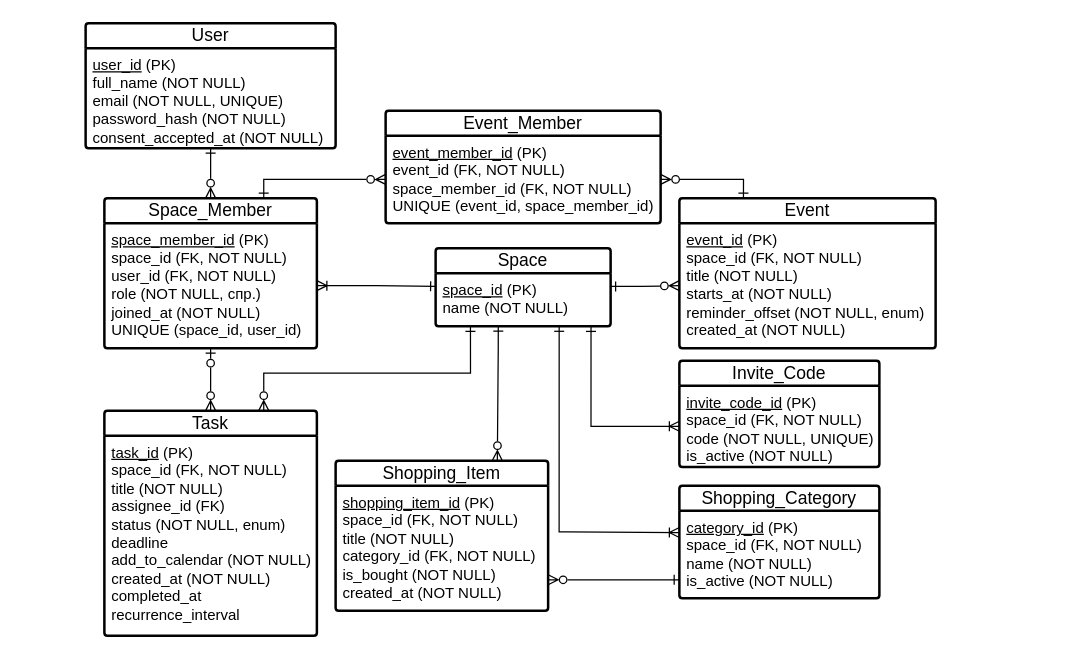
The draw.io diagram dochousehold/docs/erd/logic.drawio in polyau/household, before the edit. Source tidied: cells renumbered, new cells numbered last; positions are measured from the earlier drawing's top-left corner, leaving out a move shared by most shapes. Both pictures are drawn from the tidied source at 125%, with x=0, y=0 at pixel (85, 22).
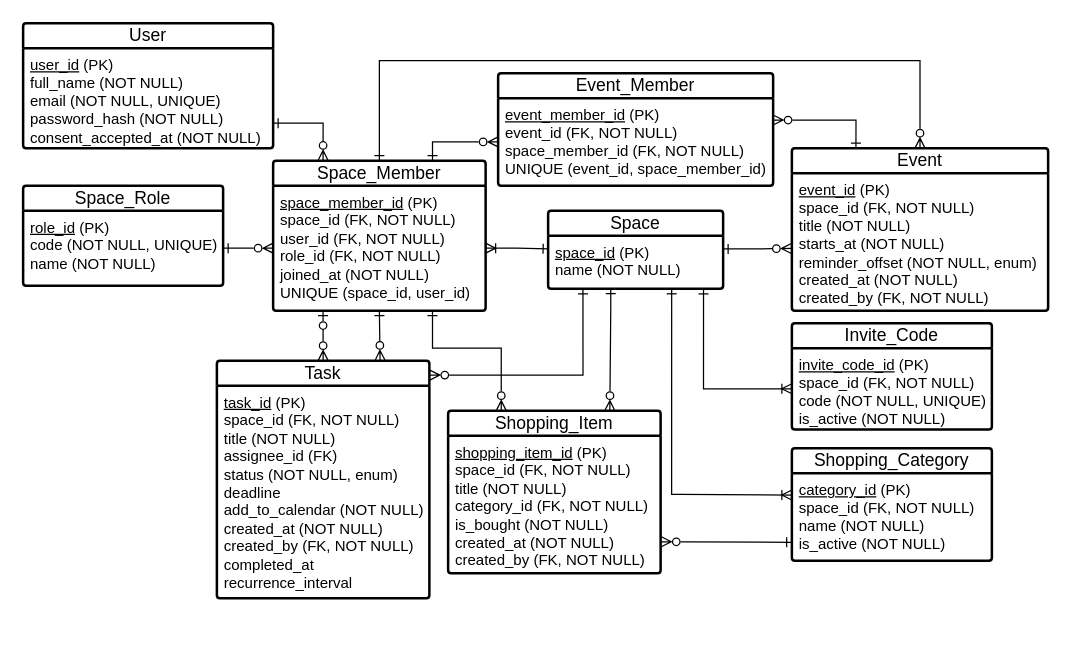
The same page after the edit.

The change refers to these unchanged cells:
```xml
<mxCell id="10" value="&lt;u&gt;space_id&lt;/u&gt; (PK)&lt;br&gt;name (NOT NULL)" style="align=left;strokeColor=none;fillColor=none;spacingLeft=4;spacingRight=4;fontSize=12;verticalAlign=top;html=1;whiteSpace=wrap;" parent="9" vertex="1">
  <mxGeometry y="20" width="140" height="42.5" as="geometry" />
</mxCell>
<mxCell id="12" value="&lt;div&gt;&lt;u&gt;user_id&lt;/u&gt; (PK)&lt;/div&gt;&lt;div&gt;full_name (NOT NULL)&lt;/div&gt;&lt;div&gt;email (NOT NULL, UNIQUE)&lt;/div&gt;&lt;div&gt;password_hash (NOT NULL)&lt;/div&gt;&lt;div&gt;consent_accepted_at&amp;nbsp;&lt;span style=&quot;background-color: transparent; color: light-dark(rgb(0, 0, 0), rgb(255, 255, 255));&quot;&gt;(NOT NULL)&lt;/span&gt;&lt;/div&gt;" style="align=left;strokeColor=none;fillColor=none;spacingLeft=4;spacingRight=4;fontSize=12;verticalAlign=top;html=1;whiteSpace=wrap;" parent="11" vertex="1">
  <mxGeometry y="20" width="200" height="80" as="geometry" />
</mxCell>
<mxCell id="19" value="&lt;div&gt;&lt;u&gt;event_member_id&lt;/u&gt; (PK)&lt;/div&gt;&lt;div&gt;event_id (FK, NOT NULL)&lt;/div&gt;&lt;div&gt;space_member_id (FK, NOT NULL)&lt;/div&gt;&lt;div&gt;UNIQUE (event_id, space_member_id)&lt;/div&gt;" style="align=left;strokeColor=none;fillColor=none;spacingLeft=4;spacingRight=4;fontSize=12;verticalAlign=top;html=1;whiteSpace=wrap;" parent="18" vertex="1">
  <mxGeometry y="20" width="220" height="70" as="geometry" />
</mxCell>
<mxCell id="28" value="&lt;u&gt;category_id&lt;/u&gt; (PK)&lt;br&gt;space_id (FK, NOT NULL)&lt;br&gt;name (NOT NULL)&lt;br&gt;is_active&amp;nbsp;(NOT NULL)" style="align=left;strokeColor=none;fillColor=none;spacingLeft=4;spacingRight=4;fontSize=12;verticalAlign=top;html=1;whiteSpace=wrap;" parent="27" vertex="1">
  <mxGeometry y="20" width="160" height="70" as="geometry" />
</mxCell>
```

The edit, as a diff of the source:
```diff
@@
     <mxCell id="2" value="Shopping_Item" style="swimlane;horizontal=1;startSize=20;rounded=1;fontSize=14;fontStyle=0;strokeWidth=2;shadow=0;dashed=0;align=center;arcSize=4;whiteSpace=wrap;html=1;" parent="1" vertex="1">
-      <mxGeometry x="200" y="350" width="170" height="120" as="geometry" />
+      <mxGeometry x="290" y="310" width="170" height="130" as="geometry" />
     </mxCell>
-    <mxCell id="3" value="&lt;div&gt;&lt;u&gt;shopping_item_id&lt;/u&gt; (PK)&lt;/div&gt;&lt;div&gt;space_id (FK, NOT NULL)&lt;/div&gt;&lt;div&gt;title (NOT NULL)&lt;/div&gt;&lt;div&gt;category_id (FK, NOT NULL)&lt;/div&gt;&lt;div&gt;&lt;span style=&quot;background-color: transparent; color: light-dark(rgb(0, 0, 0), rgb(255, 255, 255));&quot;&gt;is_bought&lt;/span&gt;&amp;nbsp;(NOT NULL)&lt;/div&gt;&lt;div&gt;created_at (NOT NULL)&lt;/div&gt;" style="align=left;strokeColor=none;fillColor=none;spacingLeft=4;spacingRight=4;fontSize=12;verticalAlign=top;html=1;whiteSpace=wrap;" parent="2" vertex="1">
-      <mxGeometry y="20" width="170" height="100" as="geometry" />
+    <mxCell id="3" value="&lt;div&gt;&lt;u&gt;shopping_item_id&lt;/u&gt; (PK)&lt;/div&gt;&lt;div&gt;space_id (FK, NOT NULL)&lt;/div&gt;&lt;div&gt;title (NOT NULL)&lt;/div&gt;&lt;div&gt;category_id (FK, NOT NULL)&lt;/div&gt;&lt;div&gt;&lt;span style=&quot;background-color: transparent; color: light-dark(rgb(0, 0, 0), rgb(255, 255, 255));&quot;&gt;is_bought&lt;/span&gt;&amp;nbsp;(NOT NULL)&lt;/div&gt;&lt;div&gt;created_at (NOT NULL)&lt;br&gt;created_by&lt;span style=&quot;background-color: transparent; color: light-dark(rgb(0, 0, 0), rgb(255, 255, 255));&quot;&gt;&amp;nbsp;&lt;/span&gt;&lt;span style=&quot;background-color: transparent; color: light-dark(rgb(0, 0, 0), rgb(255, 255, 255));&quot;&gt;(&lt;/span&gt;&lt;span style=&quot;background-color: transparent; color: light-dark(rgb(0, 0, 0), rgb(255, 255, 255));&quot;&gt;FK,&lt;/span&gt;&lt;span style=&quot;background-color: transparent; color: light-dark(rgb(0, 0, 0), rgb(255, 255, 255));&quot;&gt;&amp;nbsp;&lt;/span&gt;&lt;span style=&quot;background-color: transparent; color: light-dark(rgb(0, 0, 0), rgb(255, 255, 255));&quot;&gt;NOT NULL)&lt;/span&gt;&lt;/div&gt;" style="align=left;strokeColor=none;fillColor=none;spacingLeft=4;spacingRight=4;fontSize=12;verticalAlign=top;html=1;whiteSpace=wrap;" parent="2" vertex="1">
+      <mxGeometry y="20" width="170" height="110" as="geometry" />
     </mxCell>
     <mxCell id="4" value="Event" style="swimlane;horizontal=1;startSize=20;rounded=1;fontSize=14;fontStyle=0;strokeWidth=2;shadow=0;dashed=0;align=center;arcSize=4;whiteSpace=wrap;html=1;" parent="1" vertex="1">
-      <mxGeometry x="475" y="140" width="205" height="120" as="geometry" />
+      <mxGeometry x="565" y="100" width="205" height="130" as="geometry" />
     </mxCell>
-    <mxCell id="5" value="&lt;div&gt;&lt;u&gt;event_id&lt;/u&gt; (PK)&lt;/div&gt;&lt;div&gt;space_id (FK, NOT NULL)&lt;/div&gt;&lt;div&gt;title (NOT NULL)&lt;/div&gt;&lt;div&gt;&lt;span style=&quot;background-color: transparent; color: light-dark(rgb(0, 0, 0), rgb(255, 255, 255));&quot;&gt;starts_at&lt;/span&gt;&amp;nbsp;(NOT NULL)&lt;/div&gt;&lt;div&gt;reminder_offset (&lt;span style=&quot;background-color: transparent; color: light-dark(rgb(0, 0, 0), rgb(255, 255, 255));&quot;&gt;NOT NULL,&amp;nbsp;&lt;/span&gt;&lt;span style=&quot;background-color: transparent; color: light-dark(rgb(0, 0, 0), rgb(255, 255, 255));&quot;&gt;enum)&lt;/span&gt;&lt;/div&gt;&lt;div&gt;created_at (NOT NULL)&lt;/div&gt;" style="align=left;strokeColor=none;fillColor=none;spacingLeft=4;spacingRight=4;fontSize=12;verticalAlign=top;html=1;whiteSpace=wrap;" parent="4" vertex="1">
-      <mxGeometry y="20" width="205" height="100" as="geometry" />
+    <mxCell id="5" value="&lt;div&gt;&lt;u&gt;event_id&lt;/u&gt; (PK)&lt;/div&gt;&lt;div&gt;space_id (FK, NOT NULL)&lt;/div&gt;&lt;div&gt;title (NOT NULL)&lt;/div&gt;&lt;div&gt;&lt;span style=&quot;background-color: transparent; color: light-dark(rgb(0, 0, 0), rgb(255, 255, 255));&quot;&gt;starts_at&lt;/span&gt;&amp;nbsp;(NOT NULL)&lt;/div&gt;&lt;div&gt;reminder_offset (&lt;span style=&quot;background-color: transparent; color: light-dark(rgb(0, 0, 0), rgb(255, 255, 255));&quot;&gt;NOT NULL,&amp;nbsp;&lt;/span&gt;&lt;span style=&quot;background-color: transparent; color: light-dark(rgb(0, 0, 0), rgb(255, 255, 255));&quot;&gt;enum)&lt;/span&gt;&lt;/div&gt;&lt;div&gt;created_at (NOT NULL)&lt;br&gt;created_by&lt;span style=&quot;background-color: transparent; color: light-dark(rgb(0, 0, 0), rgb(255, 255, 255));&quot;&gt;&amp;nbsp;&lt;/span&gt;&lt;span style=&quot;background-color: transparent; color: light-dark(rgb(0, 0, 0), rgb(255, 255, 255));&quot;&gt;(&lt;/span&gt;&lt;span style=&quot;background-color: transparent; color: light-dark(rgb(0, 0, 0), rgb(255, 255, 255));&quot;&gt;FK,&lt;/span&gt;&lt;span style=&quot;background-color: transparent; color: light-dark(rgb(0, 0, 0), rgb(255, 255, 255));&quot;&gt;&amp;nbsp;&lt;/span&gt;&lt;span style=&quot;background-color: transparent; color: light-dark(rgb(0, 0, 0), rgb(255, 255, 255));&quot;&gt;NOT NULL)&lt;/span&gt;&lt;/div&gt;" style="align=left;strokeColor=none;fillColor=none;spacingLeft=4;spacingRight=4;fontSize=12;verticalAlign=top;html=1;whiteSpace=wrap;" parent="4" vertex="1">
+      <mxGeometry y="20" width="205" height="110" as="geometry" />
     </mxCell>
     <mxCell id="6" value="Task" style="swimlane;horizontal=1;startSize=20;rounded=1;fontSize=14;fontStyle=0;strokeWidth=2;shadow=0;dashed=0;align=center;arcSize=4;whiteSpace=wrap;html=1;" parent="1" vertex="1">
-      <mxGeometry x="15" y="310" width="170" height="180" as="geometry" />
+      <mxGeometry x="105" y="270" width="170" height="190" as="geometry" />
     </mxCell>
-    <mxCell id="7" value="&lt;div&gt;&lt;u&gt;task_id&lt;/u&gt; (PK)&lt;/div&gt;&lt;div&gt;space_id (FK, NOT NULL)&lt;/div&gt;&lt;div&gt;title (NOT NULL)&lt;/div&gt;&lt;div&gt;&lt;span style=&quot;background-color: transparent; color: light-dark(rgb(0, 0, 0), rgb(255, 255, 255));&quot;&gt;assignee_id (FK)&lt;/span&gt;&lt;/div&gt;&lt;div&gt;status (NOT NULL, enum)&lt;/div&gt;&lt;div&gt;deadline&lt;/div&gt;&lt;div&gt;add_to_calendar (NOT NULL)&lt;/div&gt;&lt;div&gt;created_at (NOT NULL)&lt;/div&gt;&lt;div&gt;completed_at&amp;nbsp;&lt;/div&gt;&lt;div&gt;recurrence_interval&lt;/div&gt;" style="align=left;strokeColor=none;fillColor=none;spacingLeft=4;spacingRight=4;fontSize=12;verticalAlign=top;html=1;whiteSpace=wrap;" parent="6" vertex="1">
-      <mxGeometry y="20" width="170" height="160" as="geometry" />
+    <mxCell id="7" value="&lt;div&gt;&lt;u&gt;task_id&lt;/u&gt; (PK)&lt;/div&gt;&lt;div&gt;space_id (FK, NOT NULL)&lt;/div&gt;&lt;div&gt;title (NOT NULL)&lt;/div&gt;&lt;div&gt;&lt;span style=&quot;background-color: transparent; color: light-dark(rgb(0, 0, 0), rgb(255, 255, 255));&quot;&gt;assignee_id (FK)&lt;/span&gt;&lt;/div&gt;&lt;div&gt;status (NOT NULL, enum)&lt;/div&gt;&lt;div&gt;deadline&lt;/div&gt;&lt;div&gt;add_to_calendar (NOT NULL)&lt;/div&gt;&lt;div&gt;created_at (NOT NULL)&lt;br&gt;created_by&lt;span style=&quot;background-color: transparent; color: light-dark(rgb(0, 0, 0), rgb(255, 255, 255));&quot;&gt;&amp;nbsp;&lt;/span&gt;&lt;span style=&quot;background-color: transparent; color: light-dark(rgb(0, 0, 0), rgb(255, 255, 255));&quot;&gt;(&lt;/span&gt;&lt;span style=&quot;background-color: transparent; color: light-dark(rgb(0, 0, 0), rgb(255, 255, 255));&quot;&gt;FK,&lt;/span&gt;&lt;span style=&quot;background-color: transparent; color: light-dark(rgb(0, 0, 0), rgb(255, 255, 255));&quot;&gt;&amp;nbsp;&lt;/span&gt;&lt;span style=&quot;background-color: transparent; color: light-dark(rgb(0, 0, 0), rgb(255, 255, 255));&quot;&gt;NOT NULL)&lt;/span&gt;&lt;/div&gt;&lt;div&gt;completed_at&amp;nbsp;&lt;/div&gt;&lt;div&gt;recurrence_interval&lt;/div&gt;" style="align=left;strokeColor=none;fillColor=none;spacingLeft=4;spacingRight=4;fontSize=12;verticalAlign=top;html=1;whiteSpace=wrap;" parent="6" vertex="1">
+      <mxGeometry y="20" width="170" height="170" as="geometry" />
     </mxCell>
-    <mxCell id="8" style="edgeStyle=orthogonalEdgeStyle;rounded=0;jettySize=auto;html=1;exitX=1;exitY=0.25;exitDx=0;exitDy=0;startArrow=ERone;startFill=0;endArrow=ERzeroToMany;endFill=0;entryX=0;entryY=0.5;entryDx=0;entryDy=0;" parent="1" edge="1" source="10" target="5">
+    <mxCell id="8" style="edgeStyle=orthogonalEdgeStyle;rounded=0;jettySize=auto;html=1;exitX=1;exitY=0.25;exitDx=0;exitDy=0;startArrow=ERone;startFill=0;endArrow=ERzeroToMany;endFill=0;entryX=-0.002;entryY=0.548;entryDx=0;entryDy=0;entryPerimeter=0;" parent="1" edge="1" source="10" target="5">
       <mxGeometry relative="1" as="geometry">
         <Array as="points">
-          <mxPoint x="445" y="211" />
+          <mxPoint x="535" y="181" />
         </Array>
       </mxGeometry>
     </mxCell>
     <mxCell id="9" value="Space" style="swimlane;horizontal=1;startSize=20;rounded=1;fontSize=14;fontStyle=0;strokeWidth=2;shadow=0;dashed=0;align=center;arcSize=4;whiteSpace=wrap;html=1;" parent="1" vertex="1">
-      <mxGeometry x="280" y="180" width="140" height="62.5" as="geometry" />
+      <mxGeometry x="370" y="150" width="140" height="62.5" as="geometry" />
     </mxCell>
@@
     <mxCell id="11" value="User" style="swimlane;horizontal=1;startSize=20;rounded=1;fontSize=14;fontStyle=0;strokeWidth=2;shadow=0;dashed=0;align=center;arcSize=4;whiteSpace=wrap;html=1;" parent="1" vertex="1">
-      <mxGeometry width="200" height="100" as="geometry" />
+      <mxGeometry x="-50" width="200" height="100" as="geometry" />
     </mxCell>
@@
     <mxCell id="13" style="edgeStyle=orthogonalEdgeStyle;rounded=0;jettySize=auto;html=1;entryX=0;entryY=0.5;entryDx=0;entryDy=0;startArrow=ERone;startFill=0;endArrow=ERzeroToMany;endFill=0;exitX=0.75;exitY=0;exitDx=0;exitDy=0;" parent="1" edge="1" source="14" target="19">
       <mxGeometry relative="1" as="geometry">
         <Array as="points">
-          <mxPoint x="142" y="125" />
+          <mxPoint x="277" y="95" />
         </Array>
       </mxGeometry>
     </mxCell>
     <mxCell id="14" value="Space_Member" style="swimlane;horizontal=1;startSize=20;rounded=1;fontSize=14;fontStyle=0;strokeWidth=2;shadow=0;dashed=0;align=center;arcSize=4;whiteSpace=wrap;html=1;" parent="1" vertex="1">
-      <mxGeometry x="15" y="140" width="170" height="120" as="geometry" />
+      <mxGeometry x="150" y="110" width="170" height="120" as="geometry" />
     </mxCell>
-    <mxCell id="15" value="&lt;u&gt;space_member_id&lt;/u&gt; (PK)&lt;br&gt;space_id (FK, NOT NULL)&lt;br&gt;user_id (FK, NOT NULL)&lt;br&gt;role (NOT NULL, спр.)&lt;br&gt;joined_at (NOT NULL)&lt;br&gt;&lt;span class=&quot;ͼn&quot;&gt;UNIQUE&lt;/span&gt; (space_id, user_id)" style="align=left;strokeColor=none;fillColor=none;spacingLeft=4;spacingRight=4;fontSize=12;verticalAlign=top;html=1;whiteSpace=wrap;" parent="14" vertex="1">
+    <mxCell id="15" value="&lt;u&gt;space_member_id&lt;/u&gt; (PK)&lt;br&gt;space_id (FK, NOT NULL)&lt;br&gt;user_id (FK, NOT NULL)&lt;br&gt;role_id (FK, NOT NULL)&lt;br&gt;joined_at (NOT NULL)&lt;br&gt;&lt;span class=&quot;ͼn&quot;&gt;UNIQUE&lt;/span&gt; (space_id, user_id)" style="align=left;strokeColor=none;fillColor=none;spacingLeft=4;spacingRight=4;fontSize=12;verticalAlign=top;html=1;whiteSpace=wrap;" parent="14" vertex="1">
       <mxGeometry y="20" width="170" height="100" as="geometry" />
     </mxCell>
     <mxCell id="16" value="Invite_Code" style="swimlane;horizontal=1;startSize=20;rounded=1;fontSize=14;fontStyle=0;strokeWidth=2;shadow=0;dashed=0;align=center;arcSize=4;whiteSpace=wrap;html=1;" parent="1" vertex="1">
-      <mxGeometry x="475" y="270" width="160" height="85" as="geometry" />
+      <mxGeometry x="565" y="240" width="160" height="85" as="geometry" />
     </mxCell>
@@
     <mxCell id="18" value="Event_Member" style="swimlane;horizontal=1;startSize=20;rounded=1;fontSize=14;fontStyle=0;strokeWidth=2;shadow=0;dashed=0;align=center;arcSize=4;whiteSpace=wrap;html=1;" parent="1" vertex="1">
-      <mxGeometry x="240" y="70" width="220" height="90" as="geometry" />
+      <mxGeometry x="330" y="40" width="220" height="90" as="geometry" />
     </mxCell>
@@
-    <mxCell id="20" style="edgeStyle=orthogonalEdgeStyle;rounded=0;jettySize=auto;html=1;endArrow=ERzeroToMany;endFill=0;startArrow=ERone;startFill=0;entryX=0.5;entryY=0;entryDx=0;entryDy=0;" parent="1" edge="1" source="12" target="14">
+    <mxCell id="20" style="edgeStyle=orthogonalEdgeStyle;rounded=0;jettySize=auto;html=1;endArrow=ERzeroToMany;endFill=0;startArrow=ERone;startFill=0;entryX=0.235;entryY=-0.001;entryDx=0;entryDy=0;entryPerimeter=0;exitX=1;exitY=0.75;exitDx=0;exitDy=0;" parent="1" edge="1" source="12" target="14">
       <mxGeometry relative="1" as="geometry" />
     </mxCell>
@@
-    <mxCell id="22" style="edgeStyle=orthogonalEdgeStyle;rounded=0;jettySize=auto;html=1;entryX=0.75;entryY=0;entryDx=0;entryDy=0;endArrow=ERzeroToMany;endFill=0;startArrow=ERone;startFill=0;exitX=0.199;exitY=1.002;exitDx=0;exitDy=0;exitPerimeter=0;" parent="1" edge="1" source="10" target="6">
+    <mxCell id="22" style="edgeStyle=orthogonalEdgeStyle;rounded=0;jettySize=auto;html=1;entryX=1.002;entryY=0.061;entryDx=0;entryDy=0;endArrow=ERzeroToMany;endFill=0;startArrow=ERone;startFill=0;exitX=0.199;exitY=1.002;exitDx=0;exitDy=0;exitPerimeter=0;entryPerimeter=0;" parent="1" edge="1" source="10" target="6">
       <mxGeometry relative="1" as="geometry">
         <Array as="points">
-          <mxPoint x="308" y="280" />
-          <mxPoint x="142" y="280" />
-          <mxPoint x="142" y="310" />
+          <mxPoint x="398" y="282" />
+          <mxPoint x="275" y="282" />
         </Array>
       </mxGeometry>
     </mxCell>
-    <mxCell id="23" style="edgeStyle=orthogonalEdgeStyle;rounded=0;jettySize=auto;html=1;startArrow=ERzeroToOne;startFill=0;endArrow=ERzeroToMany;endFill=0;exitX=0.5;exitY=1;exitDx=0;exitDy=0;entryX=0.5;entryY=0;entryDx=0;entryDy=0;" parent="1" edge="1" source="15" target="6">
+    <mxCell id="23" style="edgeStyle=orthogonalEdgeStyle;rounded=0;jettySize=auto;html=1;startArrow=ERzeroToOne;startFill=0;endArrow=ERzeroToMany;endFill=0;entryX=0.5;entryY=0;entryDx=0;entryDy=0;exitX=0.235;exitY=0.999;exitDx=0;exitDy=0;exitPerimeter=0;" parent="1" edge="1" source="15" target="6">
       <mxGeometry relative="1" as="geometry" />
     </mxCell>
     <mxCell id="24" style="edgeStyle=orthogonalEdgeStyle;rounded=0;jettySize=auto;html=1;startArrow=ERone;startFill=0;endArrow=ERzeroToMany;endFill=0;entryX=0.761;entryY=0;entryDx=0;entryDy=0;entryPerimeter=0;exitX=0.358;exitY=0.997;exitDx=0;exitDy=0;exitPerimeter=0;" parent="1" edge="1" source="10" target="2">
       <mxGeometry relative="1" as="geometry">
         <Array as="points">
-          <mxPoint x="330" y="260" />
-          <mxPoint x="329" y="260" />
+          <mxPoint x="420" y="230" />
+          <mxPoint x="419" y="230" />
         </Array>
       </mxGeometry>
     </mxCell>
-    <mxCell id="25" style="edgeStyle=orthogonalEdgeStyle;rounded=0;jettySize=auto;html=1;startArrow=ERone;startFill=0;endArrow=ERzeroToMany;endFill=0;exitX=0.25;exitY=0;exitDx=0;exitDy=0;entryX=1;entryY=0.5;entryDx=0;entryDy=0;" parent="1" edge="1" source="4" target="19">
+    <mxCell id="25" style="edgeStyle=orthogonalEdgeStyle;rounded=0;jettySize=auto;html=1;startArrow=ERone;startFill=0;endArrow=ERzeroToMany;endFill=0;exitX=0.25;exitY=0;exitDx=0;exitDy=0;entryX=1;entryY=0.25;entryDx=0;entryDy=0;" parent="1" edge="1" source="4" target="19">
       <mxGeometry relative="1" as="geometry">
         <Array as="points">
-          <mxPoint x="526" y="125" />
+          <mxPoint x="616" y="78" />
         </Array>
       </mxGeometry>
     </mxCell>
@@
     <mxCell id="27" value="Shopping_Category" style="swimlane;horizontal=1;startSize=20;rounded=1;fontSize=14;fontStyle=0;strokeWidth=2;shadow=0;dashed=0;align=center;arcSize=4;whiteSpace=wrap;html=1;" parent="1" vertex="1">
-      <mxGeometry x="475" y="370" width="160" height="90" as="geometry" />
+      <mxGeometry x="565" y="340" width="160" height="90" as="geometry" />
     </mxCell>
@@
     <mxCell id="29" style="edgeStyle=orthogonalEdgeStyle;rounded=0;jettySize=auto;html=1;exitX=0.706;exitY=1.001;exitDx=0;exitDy=0;endArrow=ERoneToMany;endFill=0;startArrow=ERone;startFill=0;exitPerimeter=0;entryX=0;entryY=0.25;entryDx=0;entryDy=0;" parent="1" edge="1" source="10" target="28">
       <mxGeometry relative="1" as="geometry">
         <Array as="points">
-          <mxPoint x="385" y="407" />
-          <mxPoint x="445" y="407" />
+          <mxPoint x="475" y="377" />
+          <mxPoint x="535" y="377" />
         </Array>
       </mxGeometry>
     </mxCell>
-    <mxCell id="30" style="edgeStyle=orthogonalEdgeStyle;rounded=0;jettySize=auto;html=1;endArrow=ERone;endFill=0;startArrow=ERzeroToMany;startFill=0;exitX=1;exitY=0.75;exitDx=0;exitDy=0;entryX=-0.001;entryY=0.79;entryDx=0;entryDy=0;entryPerimeter=0;" parent="1" edge="1" source="3" target="28">
+    <mxCell id="30" style="edgeStyle=orthogonalEdgeStyle;rounded=0;jettySize=auto;html=1;endArrow=ERone;endFill=0;startArrow=ERzeroToMany;startFill=0;entryX=-0.001;entryY=0.79;entryDx=0;entryDy=0;entryPerimeter=0;exitX=1.003;exitY=0.772;exitDx=0;exitDy=0;exitPerimeter=0;" parent="1" edge="1" source="3" target="28">
       <mxGeometry relative="1" as="geometry">
         <Array as="points">
-          <mxPoint x="475" y="445" />
+          <mxPoint x="480" y="415" />
         </Array>
       </mxGeometry>
     </mxCell>
+    <mxCell id="31" value="Space_Role" style="swimlane;horizontal=1;startSize=20;rounded=1;fontSize=14;fontStyle=0;strokeWidth=2;shadow=0;dashed=0;align=center;arcSize=4;whiteSpace=wrap;html=1;" parent="1" vertex="1">
+      <mxGeometry x="-50" y="130" width="160" height="80" as="geometry" />
+    </mxCell>
+    <mxCell id="32" value="&lt;u&gt;role_id&lt;/u&gt; (PK)&lt;br&gt;code (NOT NULL, UNIQUE)&lt;br&gt;name (NOT NULL)" style="align=left;strokeColor=none;fillColor=none;spacingLeft=4;spacingRight=4;fontSize=12;verticalAlign=top;html=1;whiteSpace=wrap;" parent="31" vertex="1">
+      <mxGeometry y="20" width="160" height="60" as="geometry" />
+    </mxCell>
+    <mxCell id="33" style="edgeStyle=orthogonalEdgeStyle;rounded=0;jettySize=auto;html=1;startArrow=ERone;startFill=0;endArrow=ERzeroToMany;endFill=0;entryX=0;entryY=0.5;entryDx=0;entryDy=0;" parent="1" edge="1" source="32" target="15">
+      <mxGeometry relative="1" as="geometry" />
+    </mxCell>
+    <mxCell id="34" style="edgeStyle=orthogonalEdgeStyle;rounded=0;jettySize=auto;html=1;startArrow=ERone;startFill=0;endArrow=ERzeroToMany;endFill=0;entryX=0.768;entryY=-0.001;entryDx=0;entryDy=0;exitX=0.5;exitY=1;exitDx=0;exitDy=0;entryPerimeter=0;" parent="1" edge="1" source="15" target="6">
+      <mxGeometry relative="1" as="geometry" />
+    </mxCell>
+    <mxCell id="35" style="edgeStyle=orthogonalEdgeStyle;rounded=0;jettySize=auto;html=1;startArrow=ERzeroToMany;startFill=0;endArrow=ERone;endFill=0;entryX=0.5;entryY=0;entryDx=0;entryDy=0;exitX=0.5;exitY=0;exitDx=0;exitDy=0;" parent="1" edge="1" source="4" target="14">
+      <mxGeometry relative="1" as="geometry">
+        <Array as="points">
+          <mxPoint x="668" y="30" />
+          <mxPoint x="235" y="30" />
+        </Array>
+      </mxGeometry>
+    </mxCell>
+    <mxCell id="36" style="edgeStyle=orthogonalEdgeStyle;rounded=0;jettySize=auto;html=1;startArrow=ERone;startFill=0;endArrow=ERzeroToMany;endFill=0;entryX=0.25;entryY=0;entryDx=0;entryDy=0;exitX=0.75;exitY=1;exitDx=0;exitDy=0;" parent="1" edge="1" source="15" target="2">
+      <mxGeometry relative="1" as="geometry">
+        <Array as="points">
+          <mxPoint x="277" y="260" />
+          <mxPoint x="332" y="260" />
+        </Array>
+      </mxGeometry>
+    </mxCell>
```
